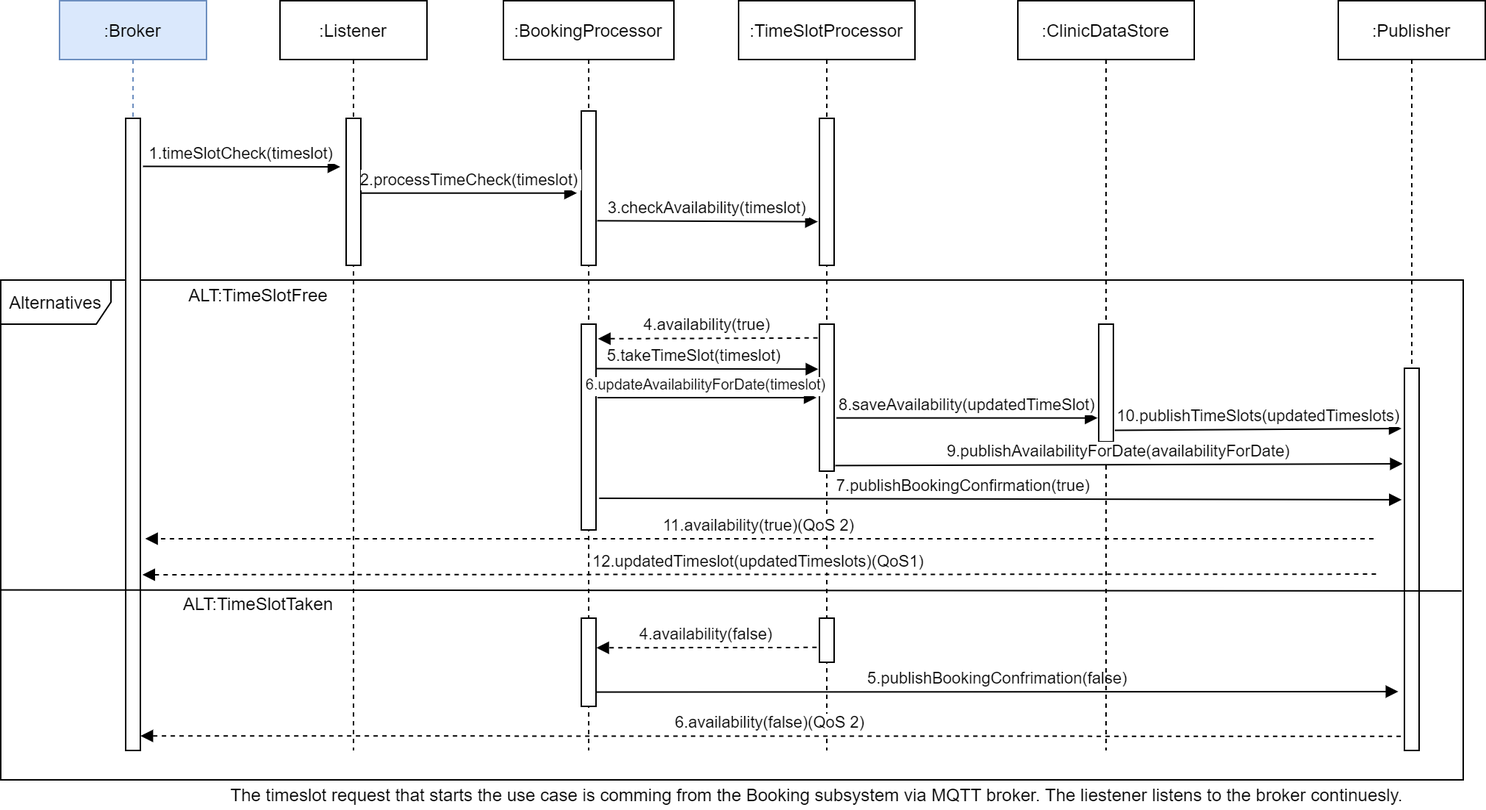
Above: diagrams/v3/Sequence_Use_case_Booking_timeslotprocessor-v3.png in krasen86/documentation (draw.io), before the change. Source tidied: cells renumbered, new cells last; positions are measured from the earlier drawing's top-left corner, leaving out a move shared by most shapes.
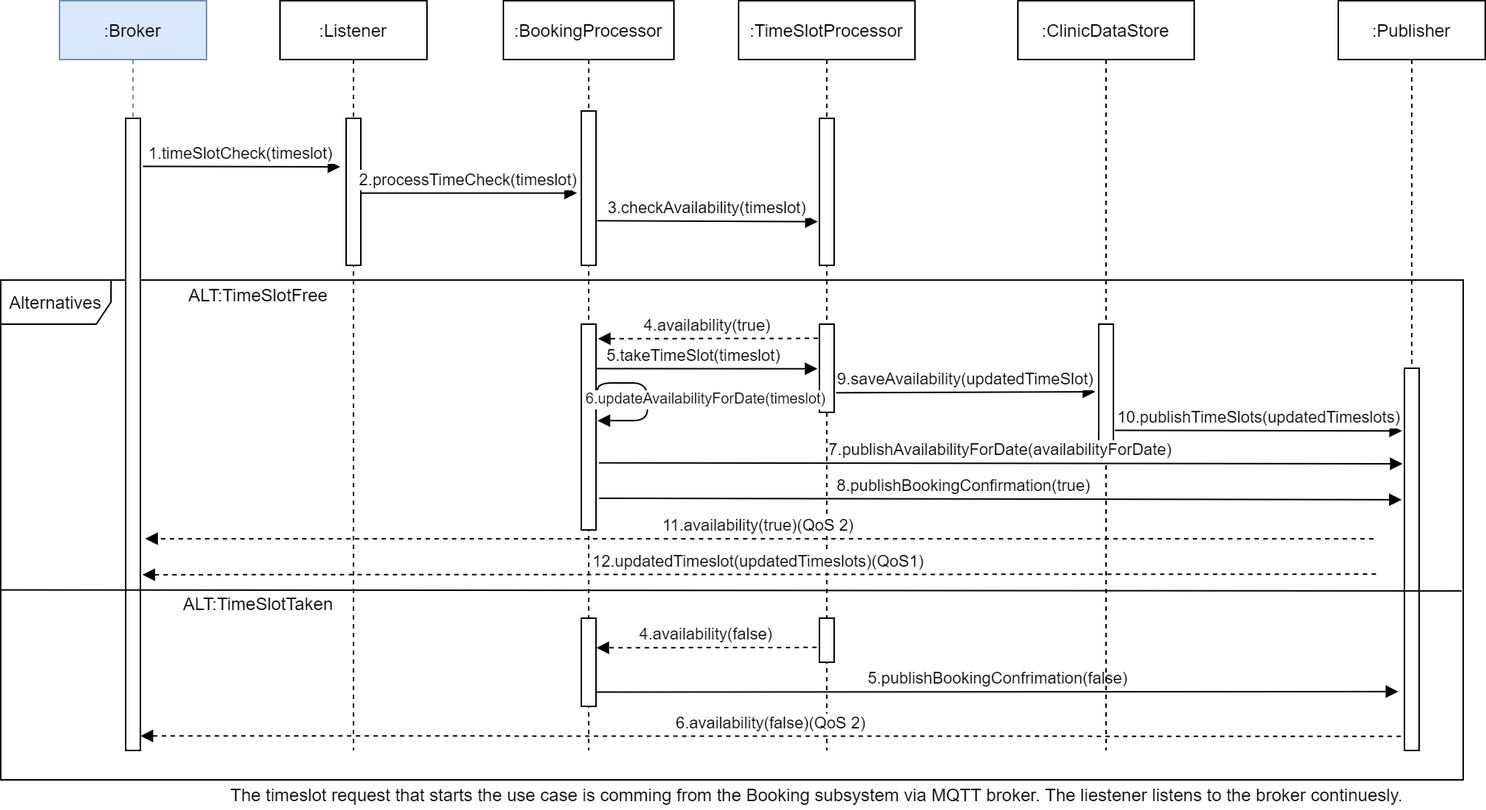
After the change.

Commit message:
Replace Sequence_Use_case_Booking_timeslotprocessor-v3.png with fixed one

Change to the diagram source:
```diff
@@ -42,7 +42,7 @@
       <mxGeometry x="55" y="80" width="10" height="100" as="geometry" />
     </mxCell>
     <mxCell id="15" style="points=[];perimeter=orthogonalPerimeter;rounded=0;shadow=0;strokeWidth=1;" parent="13" vertex="1">
-      <mxGeometry x="55" y="220" width="10" height="100" as="geometry" />
+      <mxGeometry x="55" y="220" width="10" height="60" as="geometry" />
     </mxCell>
     <mxCell id="16" style="points=[];perimeter=orthogonalPerimeter;rounded=0;shadow=0;strokeWidth=1;" parent="13" vertex="1">
       <mxGeometry x="55" y="420" width="10" height="30" as="geometry" />
@@ -67,7 +67,7 @@
     <mxCell id="22" value="1.timeSlotCheck(timeslot)" style="verticalAlign=bottom;startArrow=none;endArrow=block;startSize=8;shadow=0;strokeWidth=1;startFill=0;entryX=-0.4;entryY=0.33;entryDx=0;entryDy=0;entryPerimeter=0;exitX=1.181;exitY=0.076;exitDx=0;exitDy=0;exitPerimeter=0;" parent="1" edge="1" source="21" target="4">
       <mxGeometry relative="1" as="geometry" />
     </mxCell>
-    <mxCell id="23" value="4.availability(true)" style="verticalAlign=bottom;endArrow=block;shadow=0;strokeWidth=1;dashed=1;entryX=1.133;entryY=0.071;entryDx=0;entryDy=0;entryPerimeter=0;exitX=-0.12;exitY=0.094;exitDx=0;exitDy=0;exitPerimeter=0;" parent="1" edge="1" source="15" target="7">
+    <mxCell id="23" value="4.availability(true)" style="verticalAlign=bottom;endArrow=block;shadow=0;strokeWidth=1;dashed=1;entryX=1.133;entryY=0.071;entryDx=0;entryDy=0;entryPerimeter=0;exitX=-0.1;exitY=0.161;exitDx=0;exitDy=0;exitPerimeter=0;" parent="1" edge="1" source="15" target="7">
       <mxGeometry relative="1" as="geometry" />
     </mxCell>
     <mxCell id="24" value="4.availability(false)" style="verticalAlign=bottom;endArrow=block;shadow=0;strokeWidth=1;dashed=1;exitX=-0.188;exitY=0.664;exitDx=0;exitDy=0;exitPerimeter=0;entryX=1.026;entryY=0.336;entryDx=0;entryDy=0;entryPerimeter=0;" parent="1" edge="1" source="16" target="8">
@@ -79,7 +79,7 @@
     <mxCell id="26" value="6.availability(false)(QoS 2)" style="verticalAlign=bottom;endArrow=block;shadow=0;strokeWidth=1;dashed=1;exitX=-0.243;exitY=0.963;exitDx=0;exitDy=0;exitPerimeter=0;entryX=1.008;entryY=0.977;entryDx=0;entryDy=0;entryPerimeter=0;" parent="1" edge="1" source="10" target="21">
       <mxGeometry relative="1" as="geometry" />
     </mxCell>
-    <mxCell id="27" value="5.takeTimeSlot(timeslot)" style="verticalAlign=bottom;endArrow=block;shadow=0;strokeWidth=1;entryX=-0.08;entryY=0.306;entryDx=0;entryDy=0;entryPerimeter=0;exitX=1;exitY=0.216;exitDx=0;exitDy=0;exitPerimeter=0;" parent="1" edge="1" source="7" target="15">
+    <mxCell id="27" value="5.takeTimeSlot(timeslot)" style="verticalAlign=bottom;endArrow=block;shadow=0;strokeWidth=1;entryX=-0.133;entryY=0.506;entryDx=0;entryDy=0;entryPerimeter=0;exitX=1;exitY=0.216;exitDx=0;exitDy=0;exitPerimeter=0;" parent="1" edge="1" source="7" target="15">
       <mxGeometry x="-0.11" relative="1" as="geometry" />
     </mxCell>
     <mxCell id="28" value=":ClinicDataStore" style="shape=umlLifeline;perimeter=lifelinePerimeter;rounded=0;shadow=0;strokeWidth=1;" parent="1" vertex="1">
@@ -88,16 +88,14 @@
     <mxCell id="29" style="points=[];perimeter=orthogonalPerimeter;rounded=0;shadow=0;strokeWidth=1;" parent="28" vertex="1">
       <mxGeometry x="55" y="220" width="10" height="80" as="geometry" />
     </mxCell>
-    <mxCell id="30" value="8.saveAvailability(updatedTimeSlot)" style="verticalAlign=bottom;endArrow=block;shadow=0;strokeWidth=1;exitX=1.16;exitY=0.638;exitDx=0;exitDy=0;exitPerimeter=0;entryX=-0.08;entryY=0.798;entryDx=0;entryDy=0;entryPerimeter=0;" parent="1" edge="1" source="15" target="29">
+    <mxCell id="30" value="9.saveAvailability(updatedTimeSlot)" style="verticalAlign=bottom;endArrow=block;shadow=0;strokeWidth=1;exitX=1.133;exitY=0.778;exitDx=0;exitDy=0;exitPerimeter=0;entryX=-0.233;entryY=0.575;entryDx=0;entryDy=0;entryPerimeter=0;" parent="1" edge="1" source="15" target="29">
       <mxGeometry relative="1" as="geometry" />
     </mxCell>
-    <mxCell id="31" value="7.publishBookingConfirmation(true)" style="verticalAlign=bottom;endArrow=block;shadow=0;strokeWidth=1;exitX=1.214;exitY=0.846;exitDx=0;exitDy=0;exitPerimeter=0;entryX=-0.186;entryY=0.344;entryDx=0;entryDy=0;entryPerimeter=0;" parent="1" edge="1" source="7" target="10">
+    <mxCell id="31" value="8.publishBookingConfirmation(true)" style="verticalAlign=bottom;endArrow=block;shadow=0;strokeWidth=1;exitX=1.214;exitY=0.846;exitDx=0;exitDy=0;exitPerimeter=0;entryX=-0.186;entryY=0.344;entryDx=0;entryDy=0;entryPerimeter=0;" parent="1" edge="1" source="7" target="10">
       <mxGeometry x="-0.09" relative="1" as="geometry" />
     </mxCell>
-    <mxCell id="32" value="10.publishTimeSlots(updatedTimeslots)" style="verticalAlign=bottom;endArrow=block;shadow=0;strokeWidth=1;exitX=1.1;exitY=0.903;exitDx=0;exitDy=0;exitPerimeter=0;" parent="1" edge="1" source="29">
-      <mxGeometry relative="1" as="geometry">
-        <mxPoint x="953" y="291" as="targetPoint" />
-      </mxGeometry>
+    <mxCell id="32" value="10.publishTimeSlots(updatedTimeslots)" style="verticalAlign=bottom;endArrow=block;shadow=0;strokeWidth=1;exitX=1.1;exitY=0.903;exitDx=0;exitDy=0;exitPerimeter=0;entryX=-0.167;entryY=0.164;entryDx=0;entryDy=0;entryPerimeter=0;" parent="1" edge="1" source="29" target="10">
+      <mxGeometry relative="1" as="geometry" />
     </mxCell>
     <mxCell id="33" value="11.availability(true)(QoS 2)" style="verticalAlign=bottom;endArrow=block;shadow=0;strokeWidth=1;dashed=1;entryX=1.331;entryY=0.665;entryDx=0;entryDy=0;entryPerimeter=0;" parent="1" edge="1" target="21">
       <mxGeometry relative="1" as="geometry">
@@ -110,13 +108,17 @@
     <mxCell id="35" value="2.processTimeCheck(timeslot)" style="verticalAlign=bottom;endArrow=block;shadow=0;strokeWidth=1;entryX=-0.3;entryY=0.532;entryDx=0;entryDy=0;entryPerimeter=0;" parent="1" edge="1" source="4" target="6">
       <mxGeometry relative="1" as="geometry" />
     </mxCell>
-    <mxCell id="36" value="6.updateAvailabilityForDate(timeslot)" style="verticalAlign=bottom;endArrow=block;shadow=0;strokeWidth=1;fontSize=10;" parent="1" edge="1">
-      <mxGeometry x="-0.01" relative="1" as="geometry">
+    <mxCell id="36" value="6.updateAvailabilityForDate(timeslot)" style="verticalAlign=bottom;endArrow=block;shadow=0;strokeWidth=1;fontSize=10;edgeStyle=orthogonalEdgeStyle;entryX=1.1;entryY=0.469;entryDx=0;entryDy=0;entryPerimeter=0;" parent="1" edge="1" target="7">
+      <mxGeometry x="0.23" y="40" relative="1" as="geometry">
         <mxPoint x="406" y="270" as="sourcePoint" />
-        <mxPoint x="555" y="270" as="targetPoint" />
+        <Array as="points">
+          <mxPoint x="406" y="260" />
+          <mxPoint x="440" y="260" />
+          <mxPoint x="440" y="286" />
+        </Array>
       </mxGeometry>
     </mxCell>
-    <mxCell id="37" value="9.publishAvailabilityForDate(availabilityForDate)" style="verticalAlign=bottom;endArrow=block;shadow=0;strokeWidth=1;exitX=1.08;exitY=0.962;exitDx=0;exitDy=0;exitPerimeter=0;entryX=-0.12;entryY=0.25;entryDx=0;entryDy=0;entryPerimeter=0;" parent="1" edge="1" source="15" target="10">
+    <mxCell id="37" value="7.publishAvailabilityForDate(availabilityForDate)" style="verticalAlign=bottom;endArrow=block;shadow=0;strokeWidth=1;exitX=1.2;exitY=0.674;exitDx=0;exitDy=0;exitPerimeter=0;entryX=-0.12;entryY=0.25;entryDx=0;entryDy=0;entryPerimeter=0;" parent="1" edge="1" source="7" target="10">
       <mxGeometry relative="1" as="geometry" />
     </mxCell>
   </root>
```
